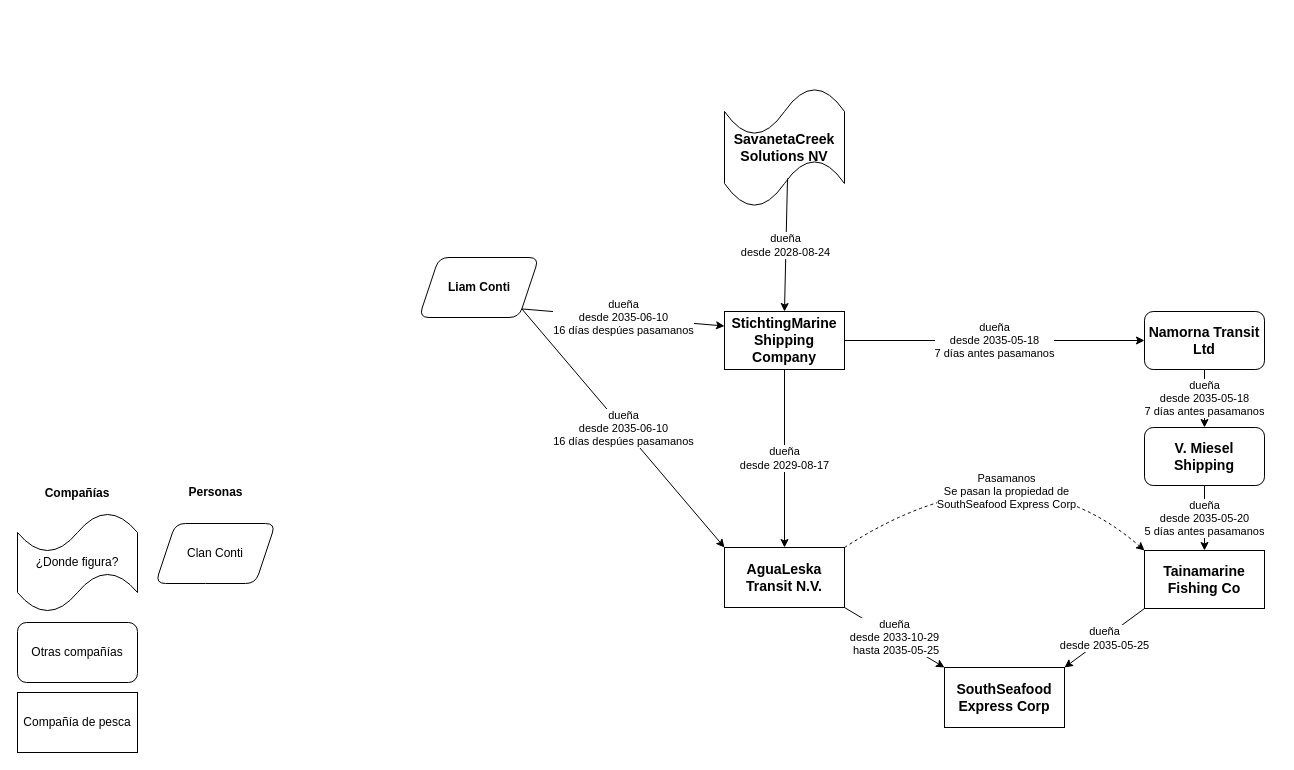
The draw.io diagram vast2024/SouthSeafood.drawio in bettachini/visualizacion, before the edit. Source tidied: cells renumbered, new cells numbered last; positions are measured from the earlier drawing's top-left corner, leaving out a move shared by most shapes. Both pictures are drawn from the tidied source at 100%, with x=0, y=0 at pixel (17, 87).
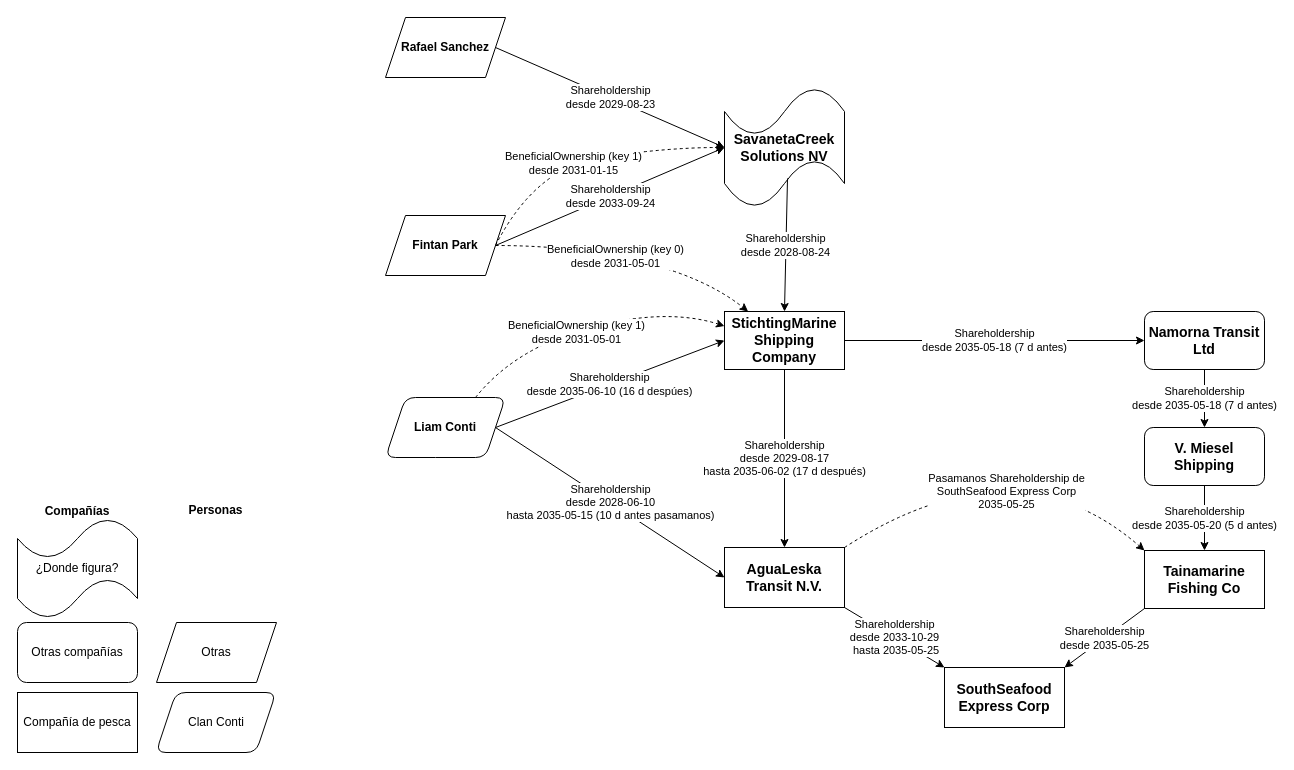
The same page after the edit.

Unchanged cells that the change refers to:
```xml
<mxCell id="2" value="&lt;h3 id=&quot;Búsqueda-de-&amp;quot;SouthSeaFood-Express-Corp&amp;quot;-en-las-aristas-(links)&quot;&gt;SouthSeafood Express Corp&lt;/h3&gt;" style="rounded=0;whiteSpace=wrap;html=1;" parent="1" vertex="1">
  <mxGeometry x="927" y="580" width="120" height="60" as="geometry" />
</mxCell>
<mxCell id="4" value="&lt;h3 id=&quot;Búsqueda-de-&amp;quot;SouthSeaFood-Express-Corp&amp;quot;-en-las-aristas-(links)&quot;&gt;AguaLeska Transit N.V.&lt;br&gt;&lt;/h3&gt;" style="rounded=0;whiteSpace=wrap;html=1;" parent="1" vertex="1">
  <mxGeometry x="707" y="460" width="120" height="60" as="geometry" />
</mxCell>
<mxCell id="5" value="&lt;h3 id=&quot;Búsqueda-de-&amp;quot;SouthSeaFood-Express-Corp&amp;quot;-en-las-aristas-(links)&quot;&gt;Tainamarine Fishing Co&lt;br&gt;&lt;/h3&gt;" style="rounded=0;whiteSpace=wrap;html=1;" parent="1" vertex="1">
  <mxGeometry x="1127" y="463" width="120" height="58" as="geometry" />
</mxCell>
<mxCell id="7" style="curved=1;endArrow=classic;html=1;rounded=0;exitX=1;exitY=0;exitDx=0;exitDy=0;entryX=0;entryY=0;entryDx=0;entryDy=0;dashed=1;" parent="1" edge="1" source="4" target="5">
  <mxGeometry relative="1" as="geometry">
    <Array as="points">
      <mxPoint x="997" y="350" />
    </Array>
  </mxGeometry>
</mxCell>
<mxCell id="9" value="&lt;h3 id=&quot;Búsqueda-de-&amp;quot;SouthSeaFood-Express-Corp&amp;quot;-en-las-aristas-(links)&quot;&gt;V. Miesel Shipping&lt;br&gt;&lt;/h3&gt;" style="rounded=1;whiteSpace=wrap;html=1;" parent="1" vertex="1">
  <mxGeometry x="1127" y="340" width="120" height="58" as="geometry" />
</mxCell>
<mxCell id="11" value="&lt;h3 id=&quot;Búsqueda-de-&amp;quot;SouthSeaFood-Express-Corp&amp;quot;-en-las-aristas-(links)&quot;&gt;Namorna Transit Ltd&lt;br&gt;&lt;/h3&gt;" style="rounded=1;whiteSpace=wrap;html=1;" parent="1" vertex="1">
  <mxGeometry x="1127" y="224" width="120" height="58" as="geometry" />
</mxCell>
<mxCell id="13" value="&lt;h3 id=&quot;Búsqueda-de-&amp;quot;SouthSeaFood-Express-Corp&amp;quot;-en-las-aristas-(links)&quot;&gt;StichtingMarine Shipping Company&lt;br&gt;&lt;/h3&gt;" style="rounded=0;whiteSpace=wrap;html=1;" parent="1" vertex="1">
  <mxGeometry x="707" y="224" width="120" height="58" as="geometry" />
</mxCell>
<mxCell id="18" value="&lt;h3 id=&quot;Búsqueda-de-&amp;quot;SouthSeaFood-Express-Corp&amp;quot;-en-las-aristas-(links)&quot;&gt;SavanetaCreek Solutions NV&lt;br&gt;&lt;/h3&gt;" style="shape=tape;whiteSpace=wrap;html=1;rounded=1;" parent="1" vertex="1">
  <mxGeometry x="707" width="120" height="120" as="geometry" />
</mxCell>
```

The edit, as a diff of the source:
```diff
@@
-    <mxCell id="3" value="dueña&lt;br&gt;desde 2033-10-29&lt;br&gt;&amp;nbsp;hasta 2035-05-25" style="rounded=0;jettySize=auto;html=1;exitX=1;exitY=1;exitDx=0;exitDy=0;entryX=0;entryY=0;entryDx=0;entryDy=0;" parent="1" edge="1" source="4" target="2">
+    <mxCell id="3" value="Shareholdership&lt;br&gt;desde 2033-10-29&lt;br&gt;&amp;nbsp;hasta 2035-05-25" style="rounded=0;jettySize=auto;html=1;exitX=1;exitY=1;exitDx=0;exitDy=0;entryX=0;entryY=0;entryDx=0;entryDy=0;" parent="1" edge="1" source="4" target="2">
       <mxGeometry relative="1" as="geometry" />
     </mxCell>
@@
-    <mxCell id="6" value="dueña&lt;br&gt;desde 2035-05-25" style="rounded=0;jettySize=auto;html=1;exitX=0;exitY=1;exitDx=0;exitDy=0;entryX=1;entryY=0;entryDx=0;entryDy=0;" parent="1" edge="1" source="5" target="2">
+    <mxCell id="6" value="Shareholdership&lt;br&gt;desde 2035-05-25" style="rounded=0;jettySize=auto;html=1;exitX=0;exitY=1;exitDx=0;exitDy=0;entryX=1;entryY=0;entryDx=0;entryDy=0;" parent="1" edge="1" source="5" target="2">
       <mxGeometry relative="1" as="geometry" />
     </mxCell>
@@
-    <mxCell id="8" value="Pasamanos&lt;br&gt;Se pasan la propiedad de&lt;br&gt;SouthSeafood Express Corp" style="edgeLabel;html=1;align=center;verticalAlign=middle;" parent="7" vertex="1">
+    <mxCell id="8" value="Pasamanos Shareholdership de&lt;br&gt;SouthSeafood Express Corp&lt;br&gt;2035-05-25" style="edgeLabel;html=1;align=center;verticalAlign=middle;" parent="7" vertex="1">
       <mxGeometry x="-0.11" y="-39" relative="1" as="geometry">
         <mxPoint y="1" as="offset" />
       </mxGeometry>
     </mxCell>
@@
-    <mxCell id="10" value="dueña&lt;br&gt;desde 2035-05-20&lt;br&gt;5 días antes pasamanos" style="rounded=0;jettySize=auto;html=1;exitX=0.5;exitY=1;exitDx=0;exitDy=0;" parent="1" edge="1" source="9" target="5">
+    <mxCell id="10" value="Shareholdership&lt;br&gt;desde 2035-05-20 (5 d antes)" style="rounded=0;jettySize=auto;html=1;exitX=0.5;exitY=1;exitDx=0;exitDy=0;" parent="1" edge="1" source="9" target="5">
       <mxGeometry relative="1" as="geometry" />
     </mxCell>
@@
-    <mxCell id="12" value="dueña&lt;br&gt;desde 2035-05-18&lt;br&gt;7 días antes pasamanos" style="rounded=0;jettySize=auto;html=1;exitX=0.5;exitY=1;exitDx=0;exitDy=0;entryX=0.5;entryY=0;entryDx=0;entryDy=0;" parent="1" edge="1" source="11" target="9">
+    <mxCell id="12" value="Shareholdership&lt;br&gt;desde 2035-05-18 (7 d&amp;nbsp;antes)" style="rounded=0;jettySize=auto;html=1;exitX=0.5;exitY=1;exitDx=0;exitDy=0;entryX=0.5;entryY=0;entryDx=0;entryDy=0;" parent="1" edge="1" source="11" target="9">
       <mxGeometry relative="1" as="geometry" />
     </mxCell>
@@
-    <mxCell id="14" value="dueña&lt;br&gt;desde 2035-05-18&lt;br&gt;7 días antes pasamanos" style="rounded=0;jettySize=auto;html=1;exitX=1;exitY=0.5;exitDx=0;exitDy=0;entryX=0;entryY=0.5;entryDx=0;entryDy=0;" parent="1" edge="1" source="13" target="11">
+    <mxCell id="14" value="Shareholdership&lt;br&gt;desde 2035-05-18 (7 d antes)" style="rounded=0;jettySize=auto;html=1;exitX=1;exitY=0.5;exitDx=0;exitDy=0;entryX=0;entryY=0.5;entryDx=0;entryDy=0;" parent="1" edge="1" source="13" target="11">
       <mxGeometry relative="1" as="geometry" />
     </mxCell>
-    <mxCell id="15" value="dueña&lt;br&gt;desde 2029-08-17" style="rounded=0;jettySize=auto;html=1;exitX=0.5;exitY=1;exitDx=0;exitDy=0;entryX=0.5;entryY=0;entryDx=0;entryDy=0;" parent="1" edge="1" source="13" target="4">
+    <mxCell id="15" value="Shareholdership&lt;br&gt;desde 2029-08-17&lt;br&gt;hasta 2035-06-02 (17 d después)" style="rounded=0;jettySize=auto;html=1;exitX=0.5;exitY=1;exitDx=0;exitDy=0;entryX=0.5;entryY=0;entryDx=0;entryDy=0;" parent="1" edge="1" source="13" target="4">
       <mxGeometry relative="1" as="geometry" />
     </mxCell>
@@
-    <mxCell id="19" value="dueña&lt;br&gt;desde 2028-08-24" style="rounded=0;jettySize=auto;html=1;exitX=0.525;exitY=0.758;exitDx=0;exitDy=0;entryX=0.5;entryY=0;entryDx=0;entryDy=0;exitPerimeter=0;" parent="1" edge="1" source="18" target="13">
+    <mxCell id="19" value="Shareholdership&lt;br&gt;desde 2028-08-24" style="rounded=0;jettySize=auto;html=1;exitX=0.525;exitY=0.758;exitDx=0;exitDy=0;entryX=0.5;entryY=0;entryDx=0;entryDy=0;exitPerimeter=0;" parent="1" edge="1" source="18" target="13">
       <mxGeometry relative="1" as="geometry" />
     </mxCell>
     <mxCell id="20" value="¿Donde figura?" style="shape=tape;whiteSpace=wrap;html=1;rounded=1;" parent="1" vertex="1">
-      <mxGeometry y="425" width="120" height="100" as="geometry" />
+      <mxGeometry y="431" width="120" height="100" as="geometry" />
     </mxCell>
     <mxCell id="21" value="&lt;b&gt;Compañías&lt;/b&gt;" style="text;html=1;strokeColor=none;fillColor=none;align=center;verticalAlign=middle;whiteSpace=wrap;rounded=0;" parent="1" vertex="1">
-      <mxGeometry x="30" y="391" width="60" height="30" as="geometry" />
+      <mxGeometry x="30" y="409" width="60" height="30" as="geometry" />
     </mxCell>
     <mxCell id="22" value="&lt;b&gt;Personas&lt;/b&gt;" style="text;html=1;strokeColor=none;fillColor=none;align=center;verticalAlign=middle;whiteSpace=wrap;rounded=0;" parent="1" vertex="1">
-      <mxGeometry x="162" y="390" width="73" height="30" as="geometry" />
+      <mxGeometry x="162" y="408" width="73" height="30" as="geometry" />
     </mxCell>
     <mxCell id="23" value="Clan Conti" style="shape=parallelogram;perimeter=parallelogramPerimeter;whiteSpace=wrap;html=1;fixedSize=1;rounded=1;" parent="1" vertex="1">
-      <mxGeometry x="138" y="436" width="120" height="60" as="geometry" />
+      <mxGeometry x="138.5" y="605" width="120" height="60" as="geometry" />
     </mxCell>
     <mxCell id="24" value="&lt;b&gt;Liam Conti&lt;/b&gt;" style="shape=parallelogram;perimeter=parallelogramPerimeter;whiteSpace=wrap;html=1;fixedSize=1;rounded=1;" parent="1" vertex="1">
-      <mxGeometry x="401.5" y="170" width="120" height="60" as="geometry" />
+      <mxGeometry x="368" y="310" width="120" height="60" as="geometry" />
     </mxCell>
-    <mxCell id="25" value="dueña&lt;br&gt;desde 2035-06-10&lt;br&gt;16 días despúes pasamanos" style="rounded=0;jettySize=auto;html=1;exitX=1;exitY=1;exitDx=0;exitDy=0;entryX=0;entryY=0.25;entryDx=0;entryDy=0;" parent="1" edge="1" source="24" target="13">
+    <mxCell id="25" value="Shareholdership&lt;br&gt;desde 2035-06-10 (16 d despúes)" style="rounded=0;jettySize=auto;html=1;exitX=1;exitY=0.5;exitDx=0;exitDy=0;entryX=0;entryY=0.5;entryDx=0;entryDy=0;" parent="1" edge="1" source="24" target="13">
       <mxGeometry relative="1" as="geometry" />
     </mxCell>
-    <mxCell id="26" value="dueña&lt;br&gt;desde 2035-06-10&lt;br&gt;16 días despúes pasamanos" style="rounded=0;jettySize=auto;html=1;exitX=1;exitY=1;exitDx=0;exitDy=0;entryX=0;entryY=0;entryDx=0;entryDy=0;" parent="1" edge="1" source="24" target="4">
+    <mxCell id="26" value="Shareholdership&lt;br&gt;desde 2028-06-10&lt;br&gt;hasta 2035-05-15 (10 d antes pasamanos)" style="rounded=0;jettySize=auto;html=1;exitX=1;exitY=0.5;exitDx=0;exitDy=0;entryX=0;entryY=0.5;entryDx=0;entryDy=0;" parent="1" edge="1" source="24" target="4">
       <mxGeometry relative="1" as="geometry" />
     </mxCell>
+    <mxCell id="27" value="Otras" style="shape=parallelogram;perimeter=parallelogramPerimeter;whiteSpace=wrap;html=1;fixedSize=1;rounded=0;" parent="1" vertex="1">
+      <mxGeometry x="139" y="535" width="120" height="60" as="geometry" />
+    </mxCell>
+    <mxCell id="28" style="curved=1;endArrow=classic;html=1;rounded=0;dashed=1;exitX=0.75;exitY=0;exitDx=0;exitDy=0;entryX=0;entryY=0.25;entryDx=0;entryDy=0;" parent="1" edge="1" source="24" target="13">
+      <mxGeometry relative="1" as="geometry">
+        <Array as="points">
+          <mxPoint x="498" y="260" />
+          <mxPoint x="648" y="220" />
+        </Array>
+      </mxGeometry>
+    </mxCell>
+    <mxCell id="29" value="BeneficialOwnership (key 1)&lt;br&gt;desde 2031-05-01" style="edgeLabel;html=1;align=center;verticalAlign=middle;" parent="28" vertex="1">
+      <mxGeometry x="-0.1" y="-1" relative="1" as="geometry" />
+    </mxCell>
+    <mxCell id="30" value="&lt;b&gt;Fintan Park&lt;/b&gt;" style="shape=parallelogram;perimeter=parallelogramPerimeter;whiteSpace=wrap;html=1;fixedSize=1;rounded=0;" parent="1" vertex="1">
+      <mxGeometry x="368" y="128" width="120" height="60" as="geometry" />
+    </mxCell>
+    <mxCell id="31" style="curved=1;endArrow=classic;html=1;rounded=0;dashed=1;" parent="1" edge="1" target="13">
+      <mxGeometry relative="1" as="geometry">
+        <mxPoint x="478" y="158" as="sourcePoint" />
+        <Array as="points">
+          <mxPoint x="558" y="158" />
+          <mxPoint x="688" y="190" />
+        </Array>
+      </mxGeometry>
+    </mxCell>
+    <mxCell id="32" value="BeneficialOwnership (key 0)&lt;br&gt;desde 2031-05-01" style="edgeLabel;html=1;align=center;verticalAlign=middle;" parent="31" vertex="1">
+      <mxGeometry x="-0.1" y="-1" relative="1" as="geometry" />
+    </mxCell>
+    <mxCell id="33" value="Shareholdership&lt;br&gt;desde 2033-09-24" style="rounded=0;jettySize=auto;html=1;entryX=0;entryY=0.5;entryDx=0;entryDy=0;entryPerimeter=0;exitX=1;exitY=0.5;exitDx=0;exitDy=0;" parent="1" edge="1" source="30" target="18">
+      <mxGeometry relative="1" as="geometry" />
+    </mxCell>
+    <mxCell id="34" value="&lt;b&gt;Rafael Sanchez&lt;/b&gt;" style="shape=parallelogram;perimeter=parallelogramPerimeter;whiteSpace=wrap;html=1;fixedSize=1;rounded=0;" parent="1" vertex="1">
+      <mxGeometry x="368" y="-70" width="120" height="60" as="geometry" />
+    </mxCell>
+    <mxCell id="35" value="Shareholdership&lt;br&gt;desde 2029-08-23" style="rounded=0;jettySize=auto;html=1;entryX=0;entryY=0.5;entryDx=0;entryDy=0;entryPerimeter=0;exitX=1;exitY=0.5;exitDx=0;exitDy=0;" parent="1" edge="1" source="34" target="18">
+      <mxGeometry relative="1" as="geometry" />
+    </mxCell>
+    <mxCell id="36" style="curved=1;endArrow=classic;html=1;rounded=0;dashed=1;entryX=0;entryY=0.5;entryDx=0;entryDy=0;entryPerimeter=0;" parent="1" edge="1" target="18">
+      <mxGeometry relative="1" as="geometry">
+        <mxPoint x="478" y="158" as="sourcePoint" />
+        <Array as="points">
+          <mxPoint x="518" y="80" />
+          <mxPoint x="648" y="60" />
+        </Array>
+      </mxGeometry>
+    </mxCell>
+    <mxCell id="37" value="BeneficialOwnership (key 1)&lt;br&gt;desde 2031-01-15" style="edgeLabel;html=1;align=center;verticalAlign=middle;" parent="36" vertex="1">
+      <mxGeometry x="-0.1" y="-1" relative="1" as="geometry" />
+    </mxCell>
```
